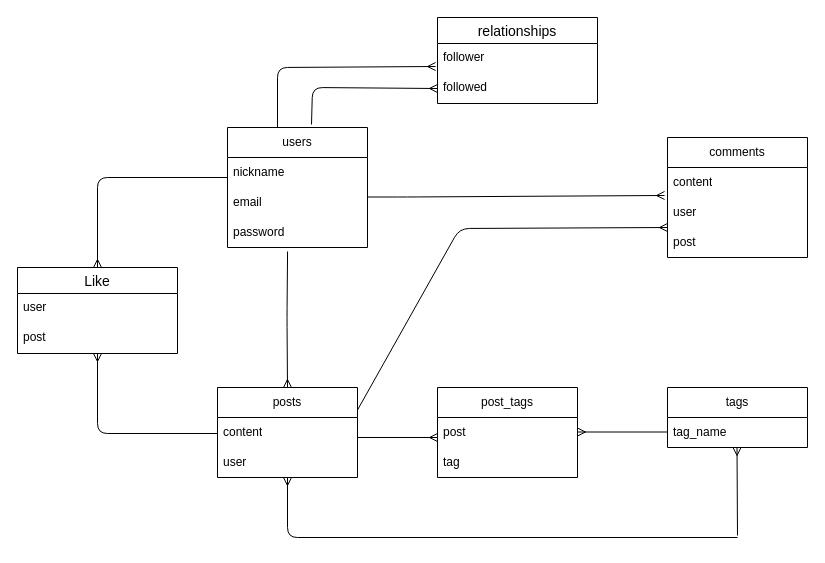
1997722/codehint keeps this draw.io diagram as er.dio. Above is the earlier version. Source tidied: cells renumbered, new cells numbered last; positions are measured from the earlier drawing's top-left corner, leaving out a move shared by most shapes. Both pictures are drawn from the tidied source at 100%, with x=0, y=0 at pixel (17, 17).
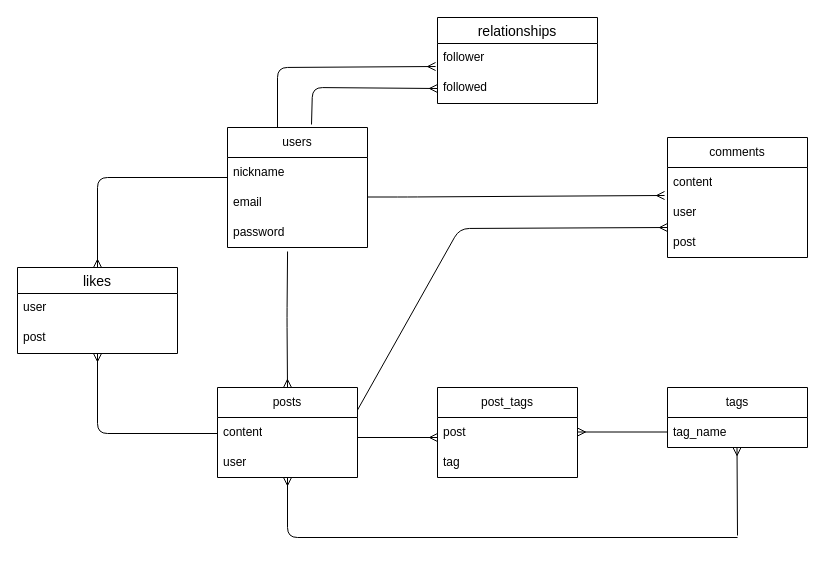
The same page after the edit.

Change to the diagram source:
```diff
@@
-    <mxCell id="25" value="Like" style="swimlane;fontStyle=0;horizontal=1;startSize=26;align=center;fontSize=14;" parent="1" vertex="1">
+    <mxCell id="25" value="likes" style="swimlane;fontStyle=0;horizontal=1;startSize=26;align=center;fontSize=14;" parent="1" vertex="1">
       <mxGeometry y="250" width="160" height="86" as="geometry" />
     </mxCell>
```
